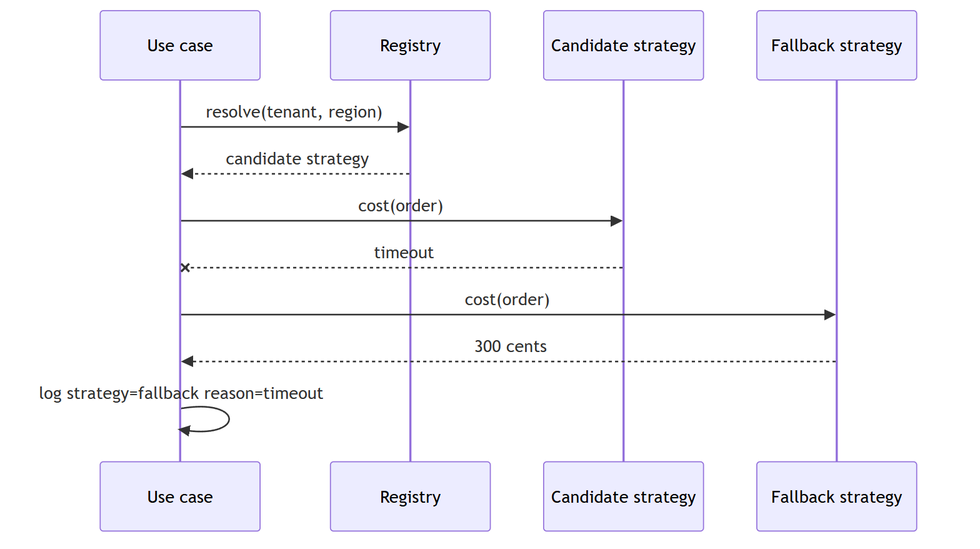
Above: docs/diagrams/arch-fallback-sequence.png in enok/design-pattern-strategy (Mermaid), before the change. Its source is kept beside it as docs/diagrams/arch-fallback-sequence.mmd.
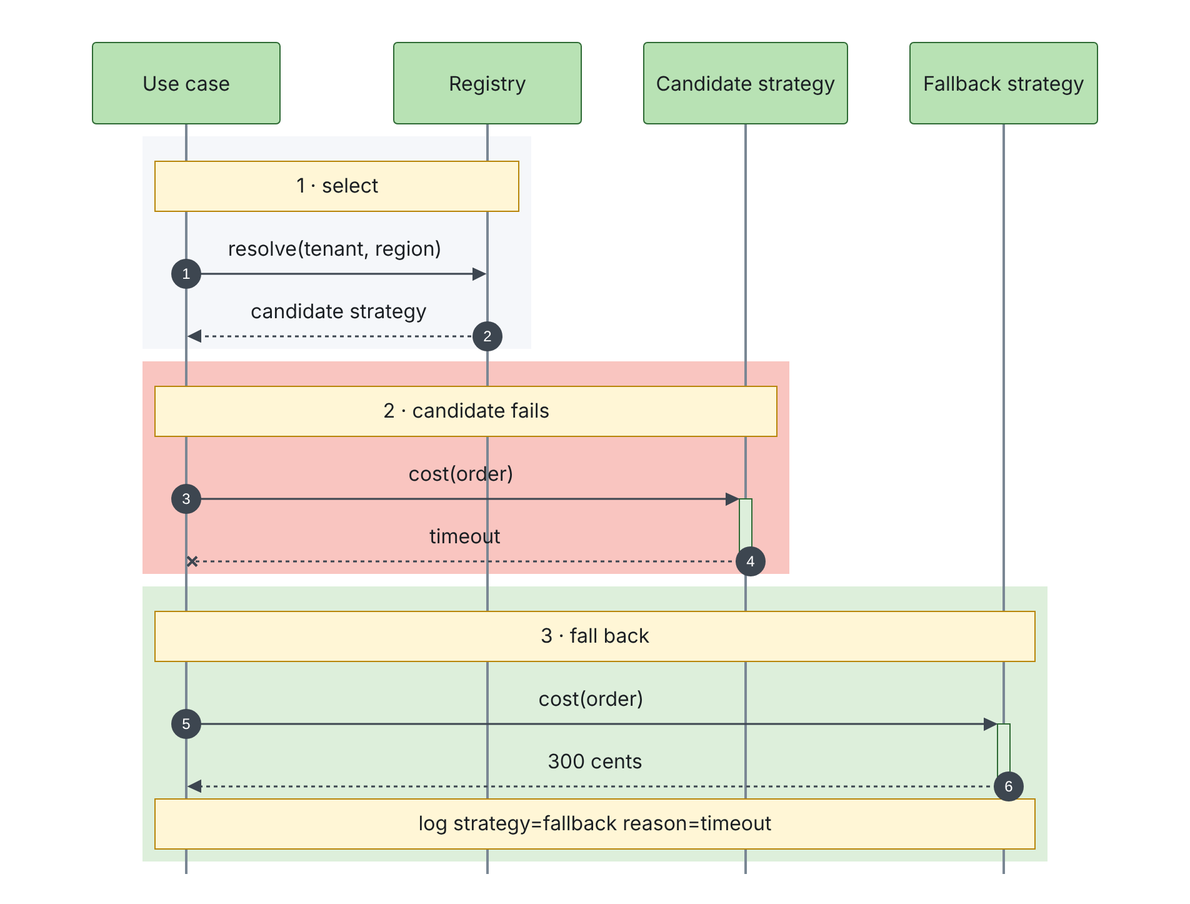
After the commit.

The edit, as a diff of the source:
```diff
@@ -1,12 +1,23 @@
+%%{init: {"theme": "base", "themeVariables": {"fontFamily": "Arial, Helvetica, sans-serif", "fontSize": "20px", "background": "#FFFFFF", "primaryColor": "#FFFFFF", "primaryBorderColor": "#1B1F23", "primaryTextColor": "#1B1F23", "secondaryColor": "#FDDCB5", "tertiaryColor": "#F5F7FA", "lineColor": "#3D4650", "textColor": "#1B1F23", "mainBkg": "#FFFFFF", "nodeBorder": "#1B1F23", "clusterBkg": "#F5F7FA", "clusterBorder": "#9AA5B1", "edgeLabelBackground": "#FFFFFF", "noteBkgColor": "#FFF6D6", "noteBorderColor": "#B8860B", "noteTextColor": "#1B1F23", "actorBkg": "#B8E2B4", "actorBorder": "#2F6B35", "actorTextColor": "#1B1F23", "actorLineColor": "#7A8794", "signalColor": "#3D4650", "signalTextColor": "#1B1F23", "labelBoxBkgColor": "#F5F7FA", "labelBoxBorderColor": "#7A8794", "labelTextColor": "#1B1F23", "loopTextColor": "#1B1F23", "activationBkgColor": "#DDEFDB", "activationBorderColor": "#2F6B35", "sequenceNumberColor": "#FFFFFF", "classText": "#1B1F23"}, "flowchart": {"curve": "linear", "nodeSpacing": 50, "rankSpacing": 60, "padding": 16, "htmlLabels": false}, "sequence": {"actorMargin": 50, "messageMargin": 38, "boxMargin": 10, "noteMargin": 10, "mirrorActors": false, "useMaxWidth": false}, "class": {"padding": 12, "htmlLabels": false}, "fontFamily": "Arial, Helvetica, sans-serif"}}%%
 sequenceDiagram
+    autonumber
     participant U as Use case
     participant R as Registry
     participant N as Candidate strategy
     participant F as Fallback strategy
-    U->>R: resolve(tenant, region)
-    R-->>U: candidate strategy
-    U->>N: cost(order)
-    N--xU: timeout
-    U->>F: cost(order)
-    F-->>U: 300 cents
-    U->>U: log strategy=fallback reason=timeout
+    rect rgb(245,247,250)
+        Note over U,R: 1 · select
+        U->>R: resolve(tenant, region)
+        R-->>U: candidate strategy
+    end
+    rect rgb(249,197,192)
+        Note over U,N: 2 · candidate fails
+        U->>+N: cost(order)
+        N--x-U: timeout
+    end
+    rect rgb(221,239,219)
+        Note over U,F: 3 · fall back
+        U->>+F: cost(order)
+        F-->>-U: 300 cents
+        Note over U,F: log strategy=fallback reason=timeout
+    end
```
